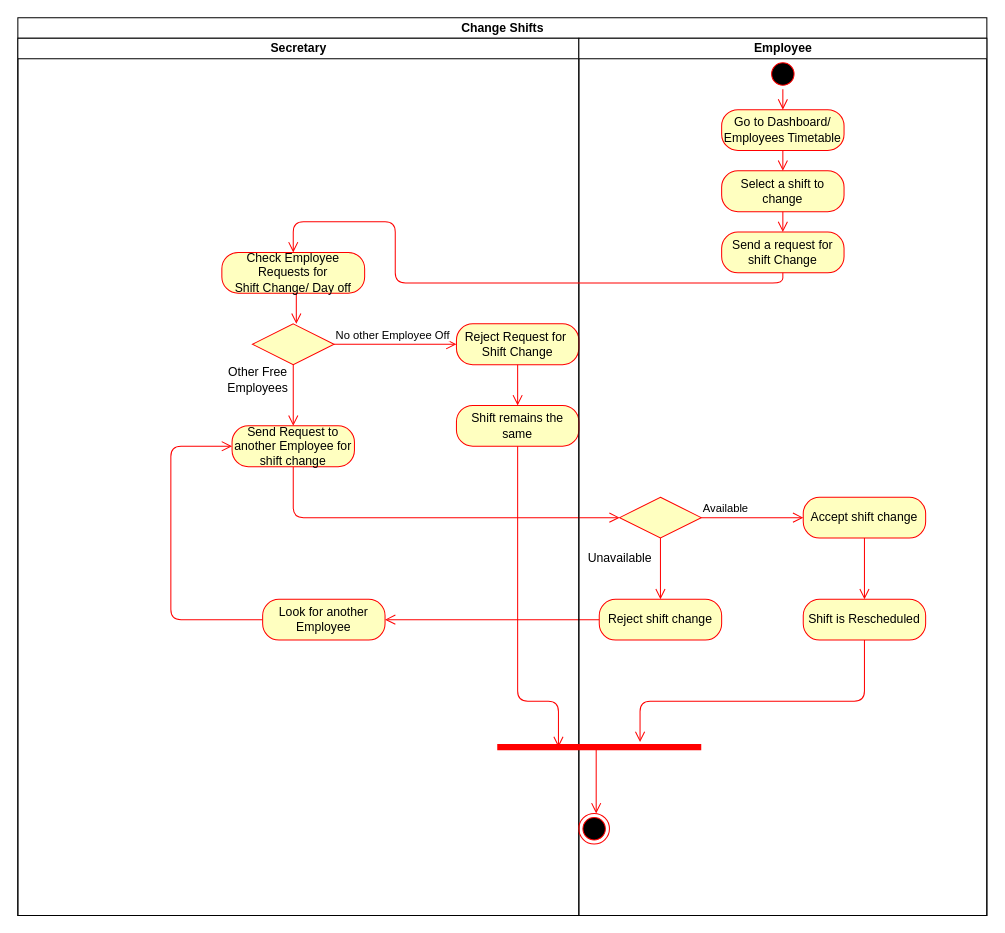
Before: Diagrams/AC Swimlane Diagrams/SL_14-5-16_Change Employee Shifts.drawio in kkasharaj17/SE-project, a draw.io diagram. Source tidied: cells renumbered, new cells numbered last; positions are measured from the earlier drawing's top-left corner, leaving out a move shared by most shapes. Both pictures are drawn from the tidied source at 102%, with x=0, y=0 at pixel (17, 17).
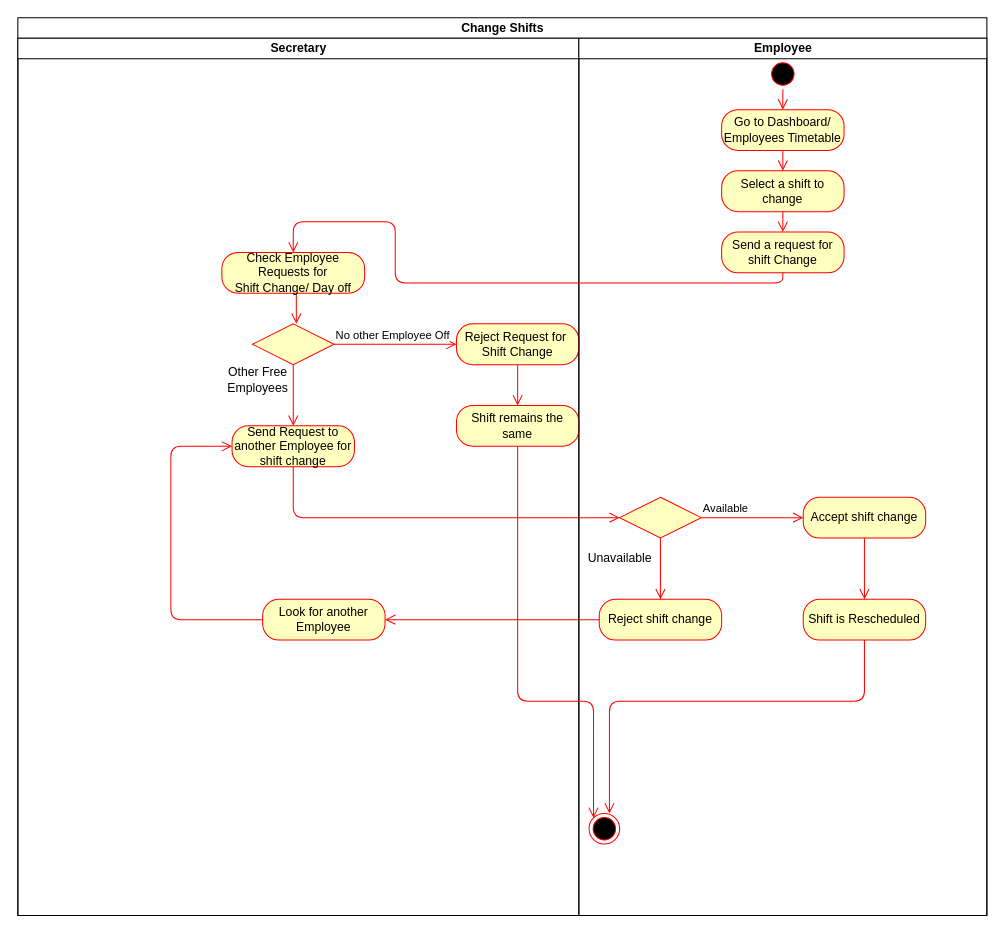
Above is the later version.

Unchanged cells that the change refers to:
```xml
<mxCell id="2" value="Change Shifts" style="swimlane;html=1;startSize=20;" parent="1" vertex="1">
  <mxGeometry width="950" height="880" as="geometry" />
</mxCell>
<mxCell id="14" value="Shift remains the same" style="rounded=1;whiteSpace=wrap;html=1;arcSize=40;fontColor=#000000;fillColor=#ffffc0;strokeColor=#ff0000;" parent="4" vertex="1">
  <mxGeometry x="430" y="360" width="120" height="40" as="geometry" />
</mxCell>
<mxCell id="15" value="Reject Request for&amp;nbsp;&lt;br&gt;Shift Change" style="rounded=1;whiteSpace=wrap;html=1;arcSize=40;fontColor=#000000;fillColor=#ffffc0;strokeColor=#ff0000;" parent="4" vertex="1">
  <mxGeometry x="430" y="280" width="120" height="40" as="geometry" />
</mxCell>
<mxCell id="17" value="Employee" style="swimlane;html=1;startSize=20;" parent="2" vertex="1">
  <mxGeometry x="550" y="20" width="400" height="860" as="geometry" />
</mxCell>
<mxCell id="31" value="Shift is Rescheduled" style="rounded=1;whiteSpace=wrap;html=1;arcSize=40;fontColor=#000000;fillColor=#ffffc0;strokeColor=#ff0000;" parent="17" vertex="1">
  <mxGeometry x="220" y="550" width="120" height="40" as="geometry" />
</mxCell>
```

Diff of the diagram source:
```diff
@@
+    <mxCell id="35" style="edgeStyle=orthogonalEdgeStyle;html=1;verticalAlign=bottom;endArrow=open;endSize=8;strokeColor=#ff0000;" parent="2" edge="1" source="15">
+      <mxGeometry relative="1" as="geometry">
+        <mxPoint x="490" y="380" as="targetPoint" />
+        <Array as="points">
+          <mxPoint x="490" y="370" />
+          <mxPoint x="490" y="370" />
+        </Array>
+      </mxGeometry>
+    </mxCell>
@@
     <mxCell id="20" style="ellipse;html=1;shape=endState;fillColor=#000000;strokeColor=#ff0000;" parent="17" vertex="1">
-      <mxGeometry y="760" width="30" height="30" as="geometry" />
+      <mxGeometry x="10" y="760" width="30" height="30" as="geometry" />
     </mxCell>
-    <mxCell id="21" style="shape=line;html=1;strokeWidth=6;strokeColor=#ff0000;" parent="17" vertex="1">
-      <mxGeometry x="-80" y="690" width="200" height="10" as="geometry" />
-    </mxCell>
@@
-    <mxCell id="32" style="edgeStyle=orthogonalEdgeStyle;html=1;verticalAlign=bottom;endArrow=open;endSize=8;strokeColor=#ff0000;" parent="17" edge="1" source="31" target="21">
+    <mxCell id="32" style="edgeStyle=orthogonalEdgeStyle;html=1;verticalAlign=bottom;endArrow=open;endSize=8;strokeColor=#ff0000;" parent="17" edge="1" source="31">
       <mxGeometry relative="1" as="geometry">
+        <mxPoint x="30" y="760" as="targetPoint" />
         <Array as="points">
           <mxPoint x="280" y="650" />
-          <mxPoint x="60" y="650" />
+          <mxPoint x="30" y="650" />
+          <mxPoint x="30" y="760" />
         </Array>
       </mxGeometry>
     </mxCell>
-    <mxCell id="33" style="edgeStyle=orthogonalEdgeStyle;html=1;align=left;verticalAlign=top;endArrow=open;endSize=8;strokeColor=#ff0000;exitX=0.483;exitY=0.433;exitDx=0;exitDy=0;exitPerimeter=0;" parent="17" edge="1" source="21">
-      <mxGeometry x="-1" y="30" relative="1" as="geometry">
-        <mxPoint x="17" y="760" as="targetPoint" />
-        <Array as="points">
-          <mxPoint x="17" y="760" />
-        </Array>
-      </mxGeometry>
-    </mxCell>
@@
-    <mxCell id="35" style="edgeStyle=orthogonalEdgeStyle;html=1;verticalAlign=bottom;endArrow=open;endSize=8;strokeColor=#ff0000;" parent="2" edge="1" source="15">
-      <mxGeometry relative="1" as="geometry">
-        <mxPoint x="490" y="380" as="targetPoint" />
-        <Array as="points">
-          <mxPoint x="490" y="370" />
-          <mxPoint x="490" y="370" />
-        </Array>
-      </mxGeometry>
-    </mxCell>
-    <mxCell id="36" style="edgeStyle=orthogonalEdgeStyle;html=1;verticalAlign=bottom;endArrow=open;endSize=8;strokeColor=#ff0000;" parent="2" edge="1" source="14">
+    <mxCell id="36" style="edgeStyle=orthogonalEdgeStyle;html=1;verticalAlign=bottom;endArrow=open;endSize=8;strokeColor=#ff0000;entryX=0;entryY=0;entryDx=0;entryDy=0;" parent="2" edge="1" source="14" target="20">
       <mxGeometry relative="1" as="geometry">
-        <mxPoint x="530" y="715" as="targetPoint" />
         <Array as="points">
           <mxPoint x="490" y="670" />
-          <mxPoint x="530" y="670" />
+          <mxPoint x="564" y="670" />
         </Array>
       </mxGeometry>
     </mxCell>
```
